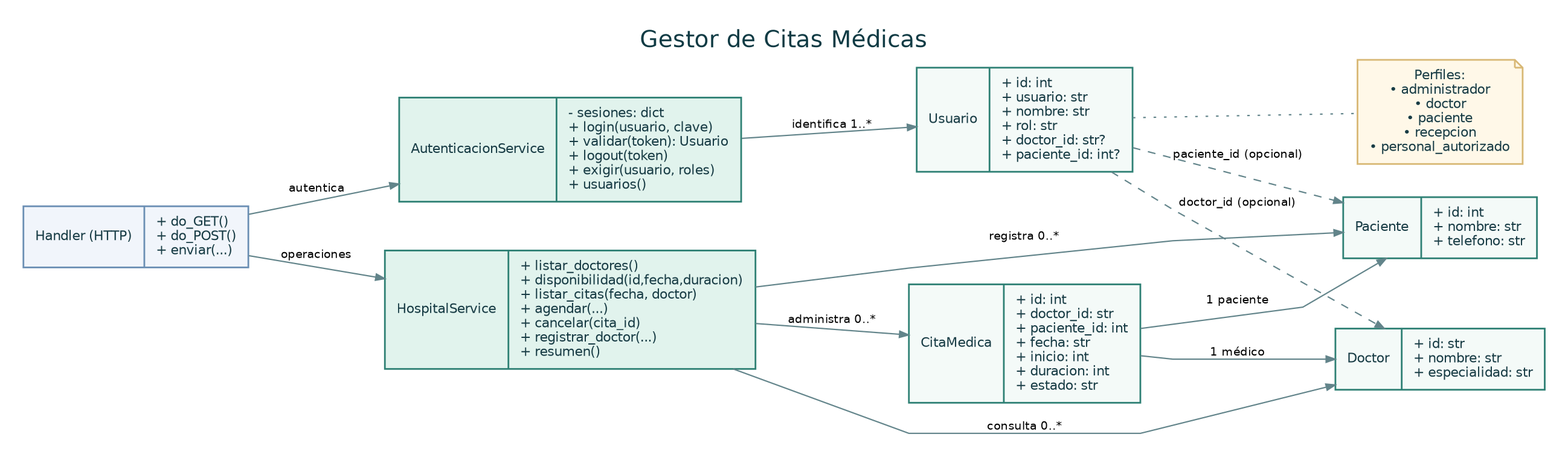
Before: docs/diagrama_clases_mvp.png, a diagram exported from Graphviz (luisgabrielrosas4-glitch/Gestor_Hospital). Its source is kept beside it as docs/diagrama_clases_mvp.dot.
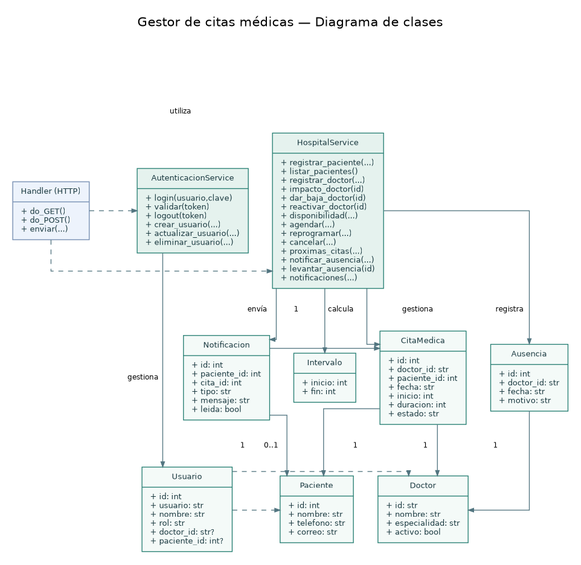
Later version of the same file.

The edit, as a diff of the source:
```diff
@@ -1,24 +1,38 @@
-digraph UML {
-  graph [rankdir=LR, splines=polyline, bgcolor="white", nodesep="0.35", ranksep="0.7", pad="0.25", labelloc=t, label="Gestor de Citas Médicas", fontname="DejaVu Sans", fontsize=18, fontcolor="#103b44"];
-  node [shape=record,fontname="DejaVu Sans",fontsize=10,style="filled",fillcolor="#f4faf8",color="#2e8074",penwidth=1.3,fontcolor="#183c45",margin="0.13,0.1"];
-  edge [color="#62848a",fontname="DejaVu Sans",fontsize=9,arrowsize=0.7];
-  user [label="{Usuario|+ id: int\l+ usuario: str\l+ nombre: str\l+ rol: str\l+ doctor_id: str?\l+ paciente_id: int?\l}"];
-  auth [label="{AutenticacionService|- sesiones: dict\l+ login(usuario, clave)\l+ validar(token): Usuario\l+ logout(token)\l+ exigir(usuario, roles)\l+ usuarios()\l}",fillcolor="#e1f3ed"];
-  service [label="{HospitalService|+ listar_doctores()\l+ disponibilidad(id,fecha,duracion)\l+ listar_citas(fecha, doctor)\l+ agendar(...)\l+ cancelar(cita_id)\l+ registrar_doctor(...)\l+ resumen()\l}",fillcolor="#e1f3ed"];
-  dr [label="{Doctor|+ id: str\l+ nombre: str\l+ especialidad: str\l}"];
-  pt [label="{Paciente|+ id: int\l+ nombre: str\l+ telefono: str\l}"];
-  ap [label="{CitaMedica|+ id: int\l+ doctor_id: str\l+ paciente_id: int\l+ fecha: str\l+ inicio: int\l+ duracion: int\l+ estado: str\l}"];
-  handler [label="{Handler (HTTP)|+ do_GET()\l+ do_POST()\l+ enviar(...)\l}",fillcolor="#f1f5fb",color="#6b8fb4"];
-  role [shape=note,label="Perfiles:\n• administrador\n• doctor\n• paciente\n• recepcion\n• personal_autorizado",fillcolor="#fff8e8",color="#d8b875"];
-  service -> dr [label="consulta 0..*"];
-  service -> pt [label="registra 0..*"];
-  service -> ap [label="administra 0..*"];
-  ap -> dr [label="1 médico"];
-  ap -> pt [label="1 paciente"];
-  auth -> user [label="identifica 1..*"];
-  user -> dr [style=dashed,label="doctor_id (opcional)"];
-  user -> pt [style=dashed,label="paciente_id (opcional)"];
-  user -> role [style=dotted, arrowhead=none];
-  handler -> auth [label="autentica"];
-  handler -> service [label="operaciones"];
+digraph HospitalUML {
+  graph [rankdir=TB, bgcolor="white", splines=ortho, nodesep=0.42, ranksep=0.58,
+         pad=0.22, fontname="DejaVu Sans", fontsize=16,
+         label="Gestor de citas médicas — Diagrama de clases", labelloc=t];
+  node [shape=record, style="filled", fontname="DejaVu Sans", fontsize=10,
+        fillcolor="#f4faf8", color="#247d71", fontcolor="#1a3940", margin="0.14,0.10"];
+  edge [fontname="DejaVu Sans", fontsize=9, color="#527580", arrowsize=.65];
+
+  Usuario [label="{Usuario|+ id: int\l+ usuario: str\l+ nombre: str\l+ rol: str\l+ doctor_id: str?\l+ paciente_id: int?\l}"];
+  Doctor [label="{Doctor|+ id: str\l+ nombre: str\l+ especialidad: str\l+ activo: bool\l}"];
+  Paciente [label="{Paciente|+ id: int\l+ nombre: str\l+ telefono: str\l+ correo: str\l}"];
+  CitaMedica [label="{CitaMedica|+ id: int\l+ doctor_id: str\l+ paciente_id: int\l+ fecha: str\l+ inicio: int\l+ duracion: int\l+ estado: str\l}"];
+  Ausencia [label="{Ausencia|+ id: int\l+ doctor_id: str\l+ fecha: str\l+ motivo: str\l}"];
+  Notificacion [label="{Notificacion|+ id: int\l+ paciente_id: int\l+ cita_id: int\l+ tipo: str\l+ mensaje: str\l+ leida: bool\l}"];
+  Intervalo [label="{Intervalo|+ inicio: int\l+ fin: int\l}"];
+  AutenticacionService [fillcolor="#e5f2ee",label="{AutenticacionService|+ login(usuario,clave)\l+ validar(token)\l+ logout(token)\l+ crear_usuario(...)\l+ actualizar_usuario(...)\l+ eliminar_usuario(...)\l}"];
+  HospitalService [fillcolor="#e5f2ee",label="{HospitalService|+ registrar_paciente(...)\l+ listar_pacientes()\l+ registrar_doctor(...)\l+ impacto_doctor(id)\l+ dar_baja_doctor(id)\l+ reactivar_doctor(id)\l+ disponibilidad(...)\l+ agendar(...)\l+ reprogramar(...)\l+ cancelar(...)\l+ proximas_citas(...)\l+ notificar_ausencia(...)\l+ levantar_ausencia(id)\l+ notificaciones(...)\l}"];
+  Handler [fillcolor="#edf3fc",color="#718bb0",label="{Handler (HTTP)|+ do_GET()\l+ do_POST()\l+ enviar(...)\l}"];
+
+  {rank=same; Usuario; Doctor; Paciente;}
+  {rank=same; CitaMedica; Ausencia; Notificacion;}
+  {rank=same; AutenticacionService; HospitalService; Handler;}
+
+  CitaMedica -> Doctor [label="1"];
+  CitaMedica -> Paciente [label="1"];
+  Ausencia -> Doctor [label="1"];
+  Notificacion -> Paciente [label="1"];
+  Notificacion -> CitaMedica [label="1"];
+  Usuario -> Doctor [style=dashed, label="0..1"];
+  Usuario -> Paciente [style=dashed, label="0..1"];
+  AutenticacionService -> Usuario [label="gestiona"];
+  HospitalService -> CitaMedica [label="gestiona"];
+  HospitalService -> Ausencia [label="registra"];
+  HospitalService -> Notificacion [label="envía"];
+  HospitalService -> Intervalo [label="calcula"];
+  Handler -> HospitalService [style=dashed,label="utiliza"];
+  Handler -> AutenticacionService [style=dashed,label="utiliza"];
 }
```
